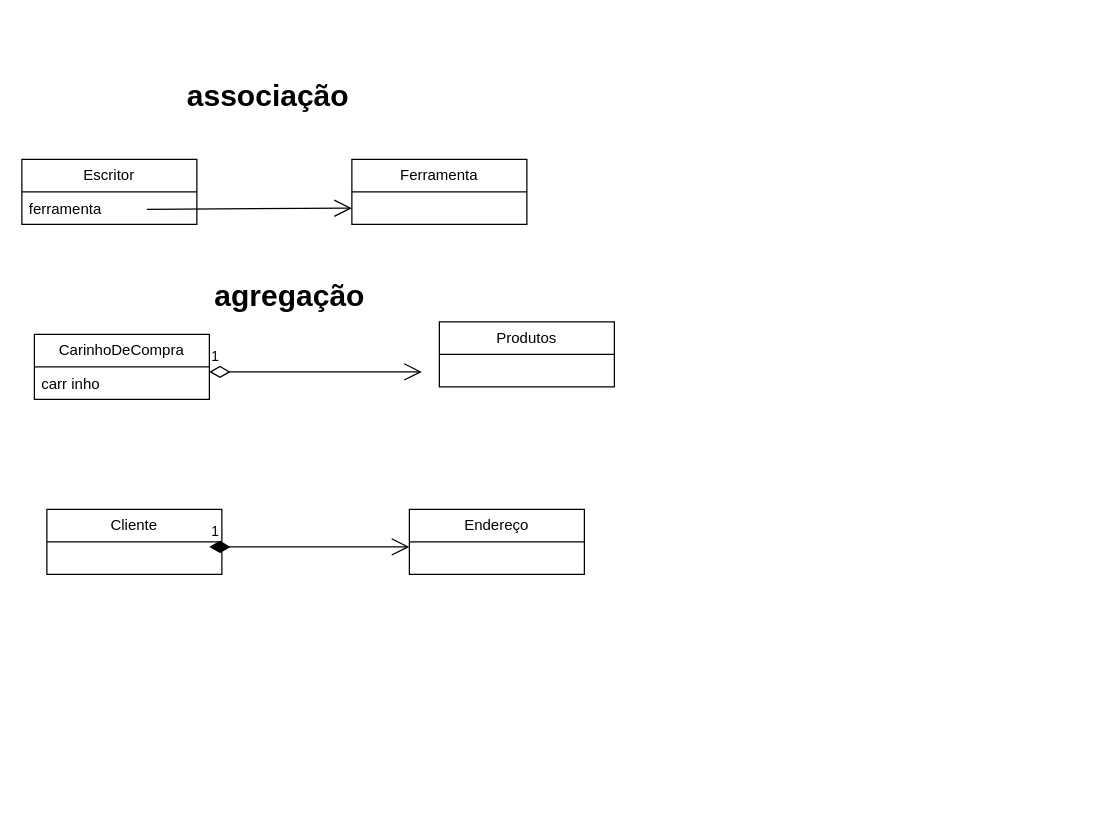
Before: Diagrama sem nome.drawio in JackDev085/api-com-python, a draw.io diagram. Source tidied: cells renumbered, new cells numbered last; positions are measured from the earlier drawing's top-left corner, leaving out a move shared by most shapes. Both pictures are drawn from the tidied source at 125%, with x=0, y=0 at pixel (21, 71).
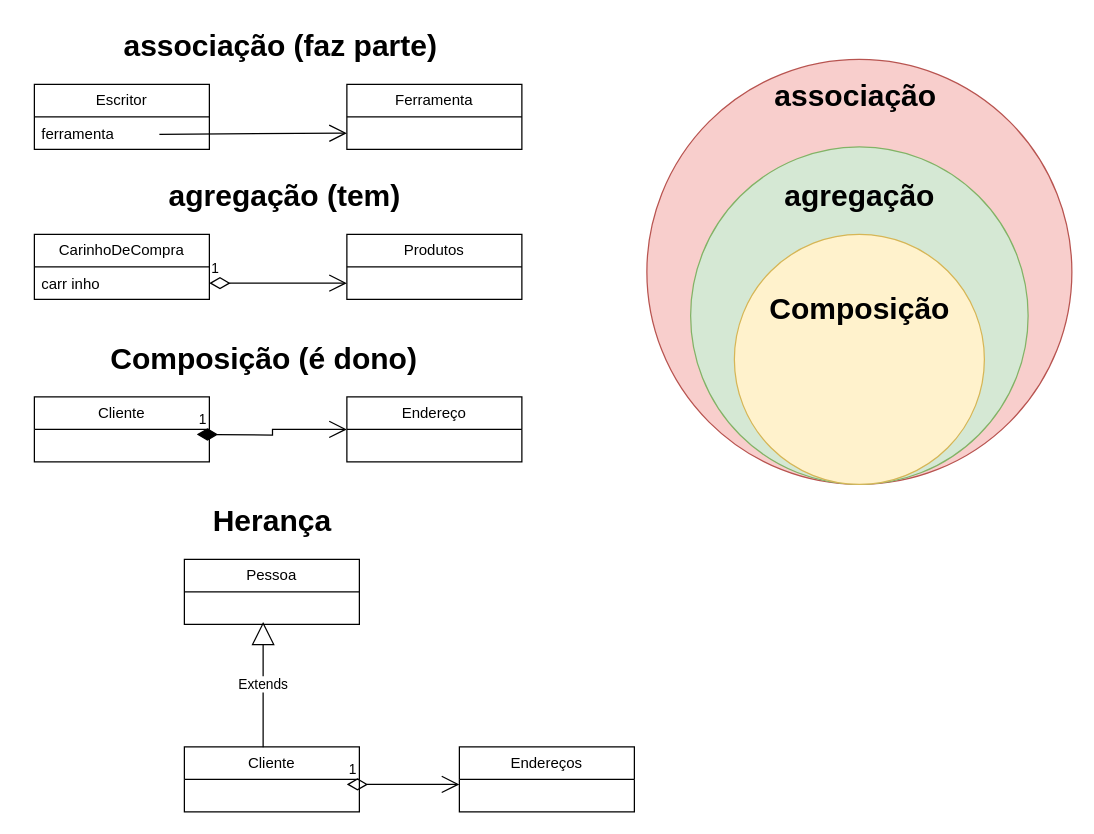
Above is the later version.

The change refers to these unchanged cells:
```xml
<mxCell id="7" value="carr inho" style="text;strokeColor=none;fillColor=none;align=left;verticalAlign=top;spacingLeft=4;spacingRight=4;overflow=hidden;points=[[0,0.5],[1,0.5]];portConstraint=eastwest;whiteSpace=wrap;html=1;" parent="6" vertex="1">
  <mxGeometry y="26" width="140" height="26" as="geometry" />
</mxCell>
```

The edit, as a diff of the source:
```diff
@@
     <mxCell id="2" value="Escritor" style="swimlane;fontStyle=0;horizontal=1;startSize=26;fillColor=none;whiteSpace=wrap;html=1;" parent="1" vertex="1">
-      <mxGeometry y="70" width="140" height="52" as="geometry" />
+      <mxGeometry x="10" y="10" width="140" height="52" as="geometry" />
     </mxCell>
@@
     <mxCell id="5" value="Ferramenta" style="swimlane;fontStyle=0;horizontal=1;startSize=26;fillColor=none;whiteSpace=wrap;html=1;" parent="1" vertex="1">
-      <mxGeometry x="264" y="70" width="140" height="52" as="geometry" />
+      <mxGeometry x="260" y="10" width="140" height="52" as="geometry" />
     </mxCell>
     <mxCell id="6" value="CarinhoDeCompra" style="swimlane;fontStyle=0;horizontal=1;startSize=26;fillColor=none;whiteSpace=wrap;html=1;" parent="1" vertex="1">
-      <mxGeometry x="10" y="210" width="140" height="52" as="geometry" />
+      <mxGeometry x="10" y="130" width="140" height="52" as="geometry" />
     </mxCell>
@@
-    <mxCell id="8" value="1" style="endArrow=open;html=1;endSize=12;startArrow=diamondThin;startSize=14;startFill=0;edgeStyle=orthogonalEdgeStyle;align=left;verticalAlign=bottom;rounded=0;" parent="1" edge="1">
-      <mxGeometry x="-1" y="3" relative="1" as="geometry">
-        <mxPoint x="150" y="240" as="sourcePoint" />
-        <mxPoint x="320" y="240" as="targetPoint" />
-      </mxGeometry>
+    <mxCell id="8" value="1" style="endArrow=open;html=1;endSize=12;startArrow=diamondThin;startSize=14;startFill=0;edgeStyle=orthogonalEdgeStyle;align=left;verticalAlign=bottom;rounded=0;entryX=0;entryY=0.75;entryDx=0;entryDy=0;" parent="1" edge="1" source="7" target="11">
+      <mxGeometry x="-1" y="3" relative="1" as="geometry" />
     </mxCell>
-    <mxCell id="9" value="associação&amp;nbsp;" style="text;strokeColor=none;fillColor=none;html=1;fontSize=24;fontStyle=1;verticalAlign=middle;align=center;" parent="1" vertex="1">
-      <mxGeometry x="150" width="100" height="40" as="geometry" />
+    <mxCell id="9" value="associação (faz parte)&amp;nbsp;" style="text;strokeColor=none;fillColor=none;html=1;fontSize=24;fontStyle=1;verticalAlign=middle;align=center;" parent="1" vertex="1">
+      <mxGeometry x="160" y="-40" width="100" height="40" as="geometry" />
     </mxCell>
-    <mxCell id="10" value="agregação" style="text;strokeColor=none;fillColor=none;html=1;fontSize=24;fontStyle=1;verticalAlign=middle;align=center;" parent="1" vertex="1">
-      <mxGeometry x="164" y="160" width="100" height="40" as="geometry" />
+    <mxCell id="10" value="agregação (tem)" style="text;strokeColor=none;fillColor=none;html=1;fontSize=24;fontStyle=1;verticalAlign=middle;align=center;" parent="1" vertex="1">
+      <mxGeometry x="160" y="80" width="100" height="40" as="geometry" />
     </mxCell>
     <mxCell id="11" value="Produtos" style="swimlane;fontStyle=0;horizontal=1;startSize=26;fillColor=none;whiteSpace=wrap;html=1;" parent="1" vertex="1">
-      <mxGeometry x="334" y="200" width="140" height="52" as="geometry" />
+      <mxGeometry x="260" y="130" width="140" height="52" as="geometry" />
     </mxCell>
     <mxCell id="12" value="Cliente" style="swimlane;fontStyle=0;horizontal=1;startSize=26;fillColor=none;whiteSpace=wrap;html=1;" parent="1" vertex="1">
-      <mxGeometry x="20" y="350" width="140" height="52" as="geometry" />
+      <mxGeometry x="10" y="260" width="140" height="52" as="geometry" />
     </mxCell>
-    <mxCell id="13" value="1" style="endArrow=open;html=1;endSize=12;startArrow=diamondThin;startSize=14;startFill=1;edgeStyle=orthogonalEdgeStyle;align=left;verticalAlign=bottom;rounded=0;" parent="12" edge="1">
+    <mxCell id="13" value="1" style="endArrow=open;html=1;endSize=12;startArrow=diamondThin;startSize=14;startFill=1;edgeStyle=orthogonalEdgeStyle;align=left;verticalAlign=bottom;rounded=0;entryX=0;entryY=0.5;entryDx=0;entryDy=0;" parent="12" edge="1" target="14">
       <mxGeometry x="-1" y="3" relative="1" as="geometry">
         <mxPoint x="130" y="30" as="sourcePoint" />
-        <mxPoint x="290" y="30" as="targetPoint" />
       </mxGeometry>
     </mxCell>
     <mxCell id="14" value="Endereço" style="swimlane;fontStyle=0;horizontal=1;startSize=26;fillColor=none;whiteSpace=wrap;html=1;" parent="1" vertex="1">
-      <mxGeometry x="310" y="350" width="140" height="52" as="geometry" />
+      <mxGeometry x="260" y="260" width="140" height="52" as="geometry" />
     </mxCell>
+    <mxCell id="15" value="Composição (é dono)&amp;nbsp;&amp;nbsp;" style="text;strokeColor=none;fillColor=none;html=1;fontSize=24;fontStyle=1;verticalAlign=middle;align=center;" parent="1" vertex="1">
+      <mxGeometry x="150" y="210" width="100" height="40" as="geometry" />
+    </mxCell>
+    <mxCell id="16" style="ellipse;whiteSpace=wrap;html=1;fillColor=#f8cecc;strokeColor=#b85450;" parent="1" vertex="1">
+      <mxGeometry x="500" y="-10" width="340" height="340" as="geometry" />
+    </mxCell>
+    <mxCell id="17" style="ellipse;whiteSpace=wrap;html=1;fillColor=#d5e8d4;strokeColor=#82b366;" parent="1" vertex="1">
+      <mxGeometry x="535" y="60" width="270" height="270" as="geometry" />
+    </mxCell>
+    <mxCell id="18" style="ellipse;whiteSpace=wrap;html=1;fillColor=#fff2cc;strokeColor=#d6b656;" parent="1" vertex="1">
+      <mxGeometry x="570" y="130" width="200" height="200" as="geometry" />
+    </mxCell>
+    <mxCell id="19" value="associação&amp;nbsp;" style="text;strokeColor=none;fillColor=none;html=1;fontSize=24;fontStyle=1;verticalAlign=middle;align=center;" parent="1" vertex="1">
+      <mxGeometry x="620" width="100" height="40" as="geometry" />
+    </mxCell>
+    <mxCell id="20" value="agregação" style="text;strokeColor=none;fillColor=none;html=1;fontSize=24;fontStyle=1;verticalAlign=middle;align=center;" parent="1" vertex="1">
+      <mxGeometry x="620" y="80" width="100" height="40" as="geometry" />
+    </mxCell>
+    <mxCell id="21" value="Composição" style="text;strokeColor=none;fillColor=none;html=1;fontSize=24;fontStyle=1;verticalAlign=middle;align=center;" parent="1" vertex="1">
+      <mxGeometry x="620" y="170" width="100" height="40" as="geometry" />
+    </mxCell>
+    <mxCell id="22" value="Pessoa" style="swimlane;fontStyle=0;horizontal=1;startSize=26;fillColor=none;whiteSpace=wrap;html=1;" parent="1" vertex="1">
+      <mxGeometry x="130" y="390" width="140" height="52" as="geometry" />
+    </mxCell>
+    <mxCell id="23" value="Cliente" style="swimlane;fontStyle=0;horizontal=1;startSize=26;fillColor=none;whiteSpace=wrap;html=1;" parent="1" vertex="1">
+      <mxGeometry x="130" y="540" width="140" height="52" as="geometry" />
+    </mxCell>
+    <mxCell id="24" value="1" style="endArrow=open;html=1;endSize=12;startArrow=diamondThin;startSize=14;startFill=0;edgeStyle=orthogonalEdgeStyle;align=left;verticalAlign=bottom;rounded=0;" parent="23" edge="1">
+      <mxGeometry x="-1" y="3" relative="1" as="geometry">
+        <mxPoint x="130" y="30" as="sourcePoint" />
+        <mxPoint x="220" y="30" as="targetPoint" />
+      </mxGeometry>
+    </mxCell>
+    <mxCell id="25" value="Extends" style="endArrow=block;endSize=16;endFill=0;html=1;rounded=0;exitX=0.45;exitY=0.005;exitDx=0;exitDy=0;exitPerimeter=0;" parent="1" edge="1" source="23">
+      <mxGeometry relative="1" as="geometry">
+        <mxPoint x="193" y="440" as="targetPoint" />
+      </mxGeometry>
+    </mxCell>
+    <mxCell id="26" value="Herança" style="text;strokeColor=none;fillColor=none;html=1;fontSize=24;fontStyle=1;verticalAlign=middle;align=center;" parent="1" vertex="1">
+      <mxGeometry x="150" y="340" width="100" height="40" as="geometry" />
+    </mxCell>
+    <mxCell id="27" value="Endereços" style="swimlane;fontStyle=0;horizontal=1;startSize=26;fillColor=none;whiteSpace=wrap;html=1;" parent="1" vertex="1">
+      <mxGeometry x="350" y="540" width="140" height="52" as="geometry" />
+    </mxCell>
```
